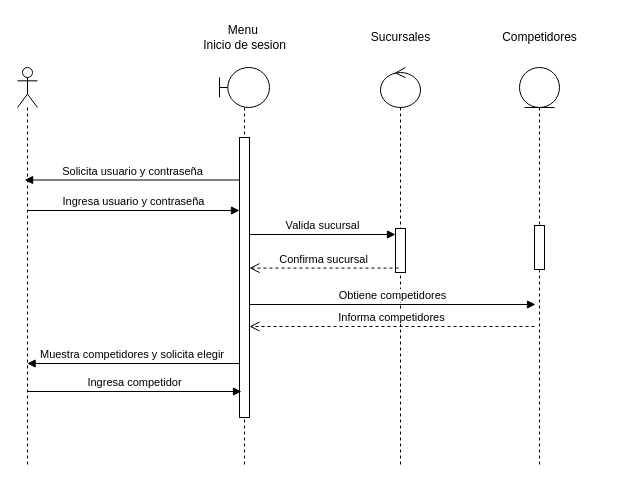
The draw.io diagram Diagramas/CU00001.drawio in fschwe/SeminarioPractica, before the edit. Source tidied: cells renumbered, new cells numbered last; positions are measured from the earlier drawing's top-left corner, leaving out a move shared by most shapes. Both pictures are drawn from the tidied source at 100%, with x=0, y=0 at pixel (17, 17).
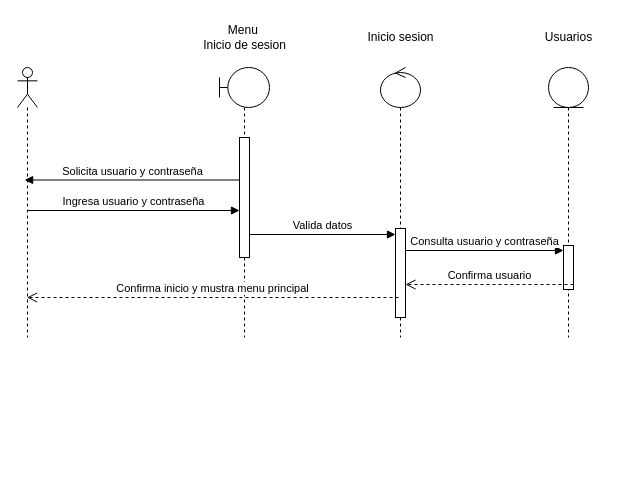
The same page after the edit.

Change to the diagram source:
```diff
@@
     <mxCell id="2" style="shape=umlLifeline;perimeter=lifelinePerimeter;whiteSpace=wrap;html=1;outlineConnect=0;portConstraint=eastwest;newEdgeStyle={&quot;curved&quot;:0,&quot;rounded&quot;:0};participant=umlActor;" parent="1" vertex="1">
-      <mxGeometry y="50" width="20" height="400" as="geometry" />
+      <mxGeometry y="50" width="20" height="270" as="geometry" />
     </mxCell>
     <mxCell id="3" style="shape=umlLifeline;perimeter=lifelinePerimeter;whiteSpace=wrap;html=1;newEdgeStyle={&quot;curved&quot;:0,&quot;rounded&quot;:0};participant=umlBoundary;" parent="1" vertex="1">
-      <mxGeometry x="202" y="50" width="50" height="400" as="geometry" />
+      <mxGeometry x="202" y="50" width="50" height="270" as="geometry" />
     </mxCell>
     <mxCell id="4" style="html=1;perimeter=orthogonalPerimeter;targetShapes=umlLifeline;newEdgeStyle={&quot;curved&quot;:0,&quot;rounded&quot;:0};" parent="3" vertex="1">
-      <mxGeometry x="20" y="70" width="10" height="280" as="geometry" />
+      <mxGeometry x="20" y="70" width="10" height="120" as="geometry" />
     </mxCell>
     <mxCell id="5" style="shape=umlLifeline;perimeter=lifelinePerimeter;whiteSpace=wrap;html=1;newEdgeStyle={&quot;curved&quot;:0,&quot;rounded&quot;:0};participant=umlControl;" parent="1" vertex="1">
-      <mxGeometry x="363" y="50" width="40" height="400" as="geometry" />
+      <mxGeometry x="363" y="50" width="40" height="270" as="geometry" />
     </mxCell>
     <mxCell id="6" style="html=1;points=[[0,0,0,0,5],[0,1,0,0,-5],[1,0,0,0,5],[1,1,0,0,-5]];perimeter=orthogonalPerimeter;outlineConnect=0;targetShapes=umlLifeline;portConstraint=eastwest;newEdgeStyle={&quot;curved&quot;:0,&quot;rounded&quot;:0};" parent="5" vertex="1">
-      <mxGeometry x="15" y="161" width="10" height="44" as="geometry" />
+      <mxGeometry x="15" y="161" width="10" height="89" as="geometry" />
     </mxCell>
     <mxCell id="7" style="shape=umlLifeline;perimeter=lifelinePerimeter;whiteSpace=wrap;html=1;newEdgeStyle={&quot;curved&quot;:0,&quot;rounded&quot;:0};participant=umlEntity;" parent="1" vertex="1">
-      <mxGeometry x="502" y="50" width="40" height="400" as="geometry" />
+      <mxGeometry x="531" y="50" width="40" height="270" as="geometry" />
     </mxCell>
     <mxCell id="8" style="html=1;points=[[0,0,0,0,5],[0,1,0,0,-5],[1,0,0,0,5],[1,1,0,0,-5]];perimeter=orthogonalPerimeter;outlineConnect=0;targetShapes=umlLifeline;portConstraint=eastwest;newEdgeStyle={&quot;curved&quot;:0,&quot;rounded&quot;:0};" parent="7" vertex="1">
-      <mxGeometry x="15" y="158" width="10" height="44" as="geometry" />
+      <mxGeometry x="15" y="178" width="10" height="44" as="geometry" />
     </mxCell>
@@
-    <mxCell id="11" value="Valida sucursal" style="html=1;verticalAlign=bottom;endArrow=block;curved=0;rounded=0;" parent="1" edge="1">
+    <mxCell id="11" value="Valida datos" style="html=1;verticalAlign=bottom;endArrow=block;curved=0;rounded=0;" parent="1" edge="1">
       <mxGeometry relative="1" as="geometry">
         <mxPoint x="232" y="217" as="sourcePoint" />
         <mxPoint x="378" y="217" as="targetPoint" />
       </mxGeometry>
     </mxCell>
-    <mxCell id="12" value="Obtiene competidores" style="html=1;verticalAlign=bottom;endArrow=block;curved=0;rounded=0;" parent="1" edge="1">
-      <mxGeometry relative="1" as="geometry">
-        <mxPoint x="232" y="287" as="sourcePoint" />
-        <mxPoint x="518" y="287" as="targetPoint" />
-      </mxGeometry>
+    <mxCell id="12" value="Consulta usuario y contraseña" style="html=1;verticalAlign=bottom;endArrow=block;curved=0;rounded=0;entryX=0;entryY=0;entryDx=0;entryDy=5;entryPerimeter=0;" parent="1" edge="1" source="6" target="8">
+      <mxGeometry relative="1" as="geometry" />
     </mxCell>
@@
-    <mxCell id="14" value="Sucursales" style="text;html=1;align=center;verticalAlign=middle;strokeColor=none;fillColor=none;" parent="1" vertex="1">
-      <mxGeometry x="343" y="5" width="80" height="30" as="geometry" />
+    <mxCell id="14" value="Inicio sesion" style="text;html=1;align=center;verticalAlign=middle;strokeColor=none;fillColor=none;" parent="1" vertex="1">
+      <mxGeometry x="338" y="5" width="90" height="30" as="geometry" />
     </mxCell>
-    <mxCell id="15" value="Competidores" style="text;html=1;align=center;verticalAlign=middle;strokeColor=none;fillColor=none;" parent="1" vertex="1">
-      <mxGeometry x="472" y="5" width="100" height="30" as="geometry" />
+    <mxCell id="15" value="Usuarios" style="text;html=1;align=center;verticalAlign=middle;strokeColor=none;fillColor=none;" parent="1" vertex="1">
+      <mxGeometry x="516" y="5" width="70" height="30" as="geometry" />
     </mxCell>
-    <mxCell id="16" value="Informa competidores" style="html=1;verticalAlign=bottom;endArrow=open;dashed=1;endSize=8;curved=0;rounded=0;" parent="1" edge="1">
-      <mxGeometry relative="1" as="geometry">
-        <mxPoint x="517" y="309" as="sourcePoint" />
-        <mxPoint x="232" y="309" as="targetPoint" />
-      </mxGeometry>
+    <mxCell id="16" value="Confirma usuario" style="html=1;verticalAlign=bottom;endArrow=open;dashed=1;endSize=8;curved=0;rounded=0;exitX=1;exitY=1;exitDx=0;exitDy=-5;exitPerimeter=0;" parent="1" edge="1" source="8" target="6">
+      <mxGeometry relative="1" as="geometry" />
     </mxCell>
-    <mxCell id="17" value="Muestra competidores y solicita elegir&amp;nbsp;" style="html=1;verticalAlign=bottom;endArrow=block;curved=0;rounded=0;" parent="1" edge="1">
-      <mxGeometry relative="1" as="geometry">
-        <mxPoint x="222" y="346" as="sourcePoint" />
-        <mxPoint x="9.6" y="346" as="targetPoint" />
-      </mxGeometry>
-    </mxCell>
-    <mxCell id="18" value="Confirma sucursal" style="html=1;verticalAlign=bottom;endArrow=open;dashed=1;endSize=8;curved=0;rounded=0;" parent="1" edge="1">
+    <mxCell id="18" value="Confirma inicio y mustra menu principal" style="html=1;verticalAlign=bottom;endArrow=open;dashed=1;endSize=8;curved=0;rounded=0;" parent="1" edge="1" target="2">
       <mxGeometry relative="1" as="geometry">
-        <mxPoint x="381" y="250.6" as="sourcePoint" />
-        <mxPoint x="232" y="250.6" as="targetPoint" />
+        <mxPoint x="381" y="280" as="sourcePoint" />
       </mxGeometry>
     </mxCell>
-    <mxCell id="19" value="Ingresa competidor" style="html=1;verticalAlign=bottom;endArrow=block;curved=0;rounded=0;" parent="1" edge="1">
-      <mxGeometry relative="1" as="geometry">
-        <mxPoint x="9.6" y="374" as="sourcePoint" />
-        <mxPoint x="224" y="374" as="targetPoint" />
-      </mxGeometry>
-    </mxCell>
```
